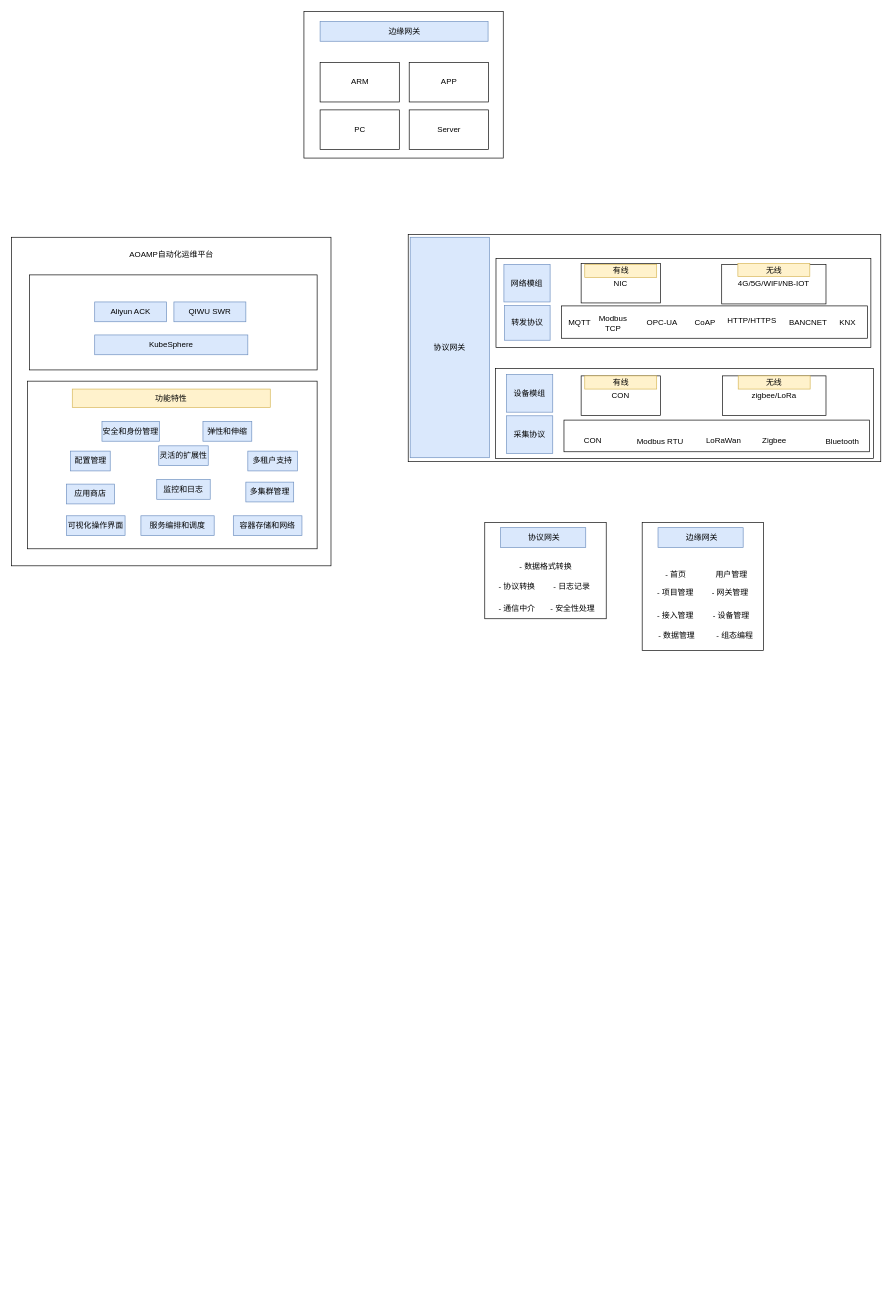
This is page "总体设计" (4 of 4) of qiwu.drawio from viking-wj/software, a draw.io file, before an edit. Source tidied: cells renumbered, new cells numbered last; positions are measured from the earlier drawing's top-left corner, leaving out a move shared by most shapes. Both pictures are drawn from the tidied source at 66%, with x=0, y=0 at pixel (11, 11).
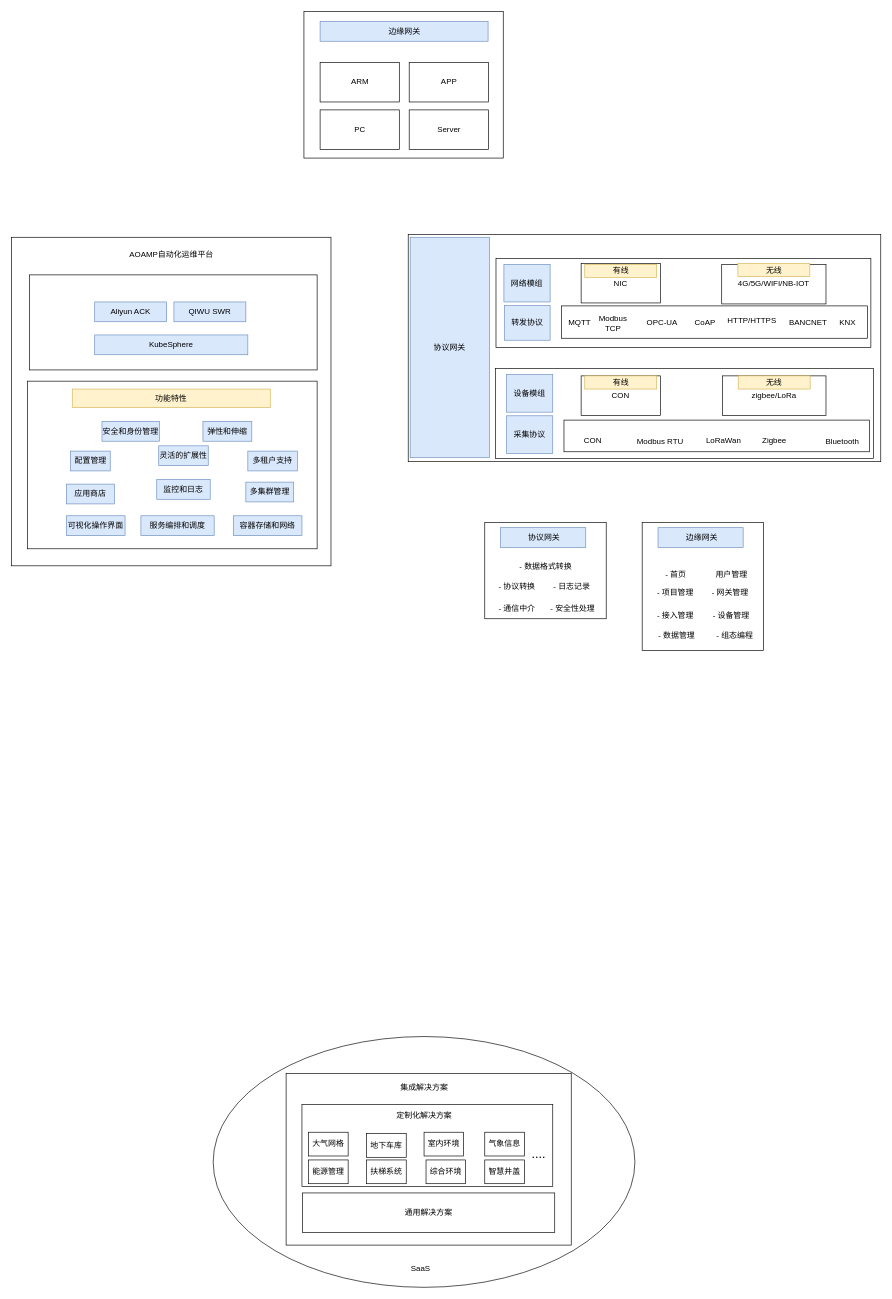
The same page after the edit.

The edit, as a diff of the source:
```diff
@@
+    <mxCell id="74" style="ellipse;whiteSpace=wrap;html=1;" parent="1" vertex="1">
+      <mxGeometry x="305.5" y="1553" width="639" height="380" as="geometry" />
+    </mxCell>
@@
+    <mxCell id="75" style="rounded=0;whiteSpace=wrap;html=1;" parent="1" vertex="1">
+      <mxGeometry x="416" y="1609" width="432" height="260" as="geometry" />
+    </mxCell>
+    <mxCell id="76" value="通用解决方案" style="rounded=0;whiteSpace=wrap;html=1;" parent="1" vertex="1">
+      <mxGeometry x="441" y="1790" width="382" height="60" as="geometry" />
+    </mxCell>
+    <mxCell id="77" style="rounded=0;whiteSpace=wrap;html=1;" parent="1" vertex="1">
+      <mxGeometry x="440" y="1656" width="380" height="124" as="geometry" />
+    </mxCell>
+    <mxCell id="78" value="大气网格" style="rounded=0;whiteSpace=wrap;html=1;" parent="1" vertex="1">
+      <mxGeometry x="450" y="1698" width="60" height="36" as="geometry" />
+    </mxCell>
+    <mxCell id="79" value="地下车库" style="rounded=0;whiteSpace=wrap;html=1;" parent="1" vertex="1">
+      <mxGeometry x="538" y="1700" width="60" height="36" as="geometry" />
+    </mxCell>
+    <mxCell id="80" value="室内环境" style="rounded=0;whiteSpace=wrap;html=1;" parent="1" vertex="1">
+      <mxGeometry x="625" y="1698" width="60" height="36" as="geometry" />
+    </mxCell>
+    <mxCell id="81" value="气象信息" style="rounded=0;whiteSpace=wrap;html=1;" parent="1" vertex="1">
+      <mxGeometry x="717" y="1698" width="60" height="36" as="geometry" />
+    </mxCell>
+    <mxCell id="82" value="能源管理" style="rounded=0;whiteSpace=wrap;html=1;" parent="1" vertex="1">
+      <mxGeometry x="450" y="1740" width="60" height="36" as="geometry" />
+    </mxCell>
+    <mxCell id="83" value="扶梯系统" style="rounded=0;whiteSpace=wrap;html=1;" parent="1" vertex="1">
+      <mxGeometry x="538" y="1740" width="60" height="36" as="geometry" />
+    </mxCell>
+    <mxCell id="84" value="综合环境" style="rounded=0;whiteSpace=wrap;html=1;" parent="1" vertex="1">
+      <mxGeometry x="628" y="1740" width="60" height="36" as="geometry" />
+    </mxCell>
+    <mxCell id="85" value="智慧井盖" style="rounded=0;whiteSpace=wrap;html=1;" parent="1" vertex="1">
+      <mxGeometry x="717" y="1740" width="60" height="36" as="geometry" />
+    </mxCell>
+    <mxCell id="86" value="定制化解决方案" style="text;html=1;strokeColor=none;fillColor=none;align=center;verticalAlign=middle;whiteSpace=wrap;rounded=0;" parent="1" vertex="1">
+      <mxGeometry x="577.5" y="1660" width="95" height="25" as="geometry" />
+    </mxCell>
+    <mxCell id="87" value="...." style="text;html=1;strokeColor=none;fillColor=none;align=center;verticalAlign=middle;whiteSpace=wrap;rounded=0;fontSize=19;" parent="1" vertex="1">
+      <mxGeometry x="769" y="1717" width="60" height="30" as="geometry" />
+    </mxCell>
+    <mxCell id="88" value="集成解决方案" style="text;html=1;strokeColor=none;fillColor=none;align=center;verticalAlign=middle;whiteSpace=wrap;rounded=0;" parent="1" vertex="1">
+      <mxGeometry x="577.5" y="1616" width="95" height="30" as="geometry" />
+    </mxCell>
+    <mxCell id="89" value="SaaS" style="text;html=1;strokeColor=none;fillColor=none;align=center;verticalAlign=middle;whiteSpace=wrap;rounded=0;" parent="1" vertex="1">
+      <mxGeometry x="590" y="1890" width="60" height="30" as="geometry" />
+    </mxCell>
```
